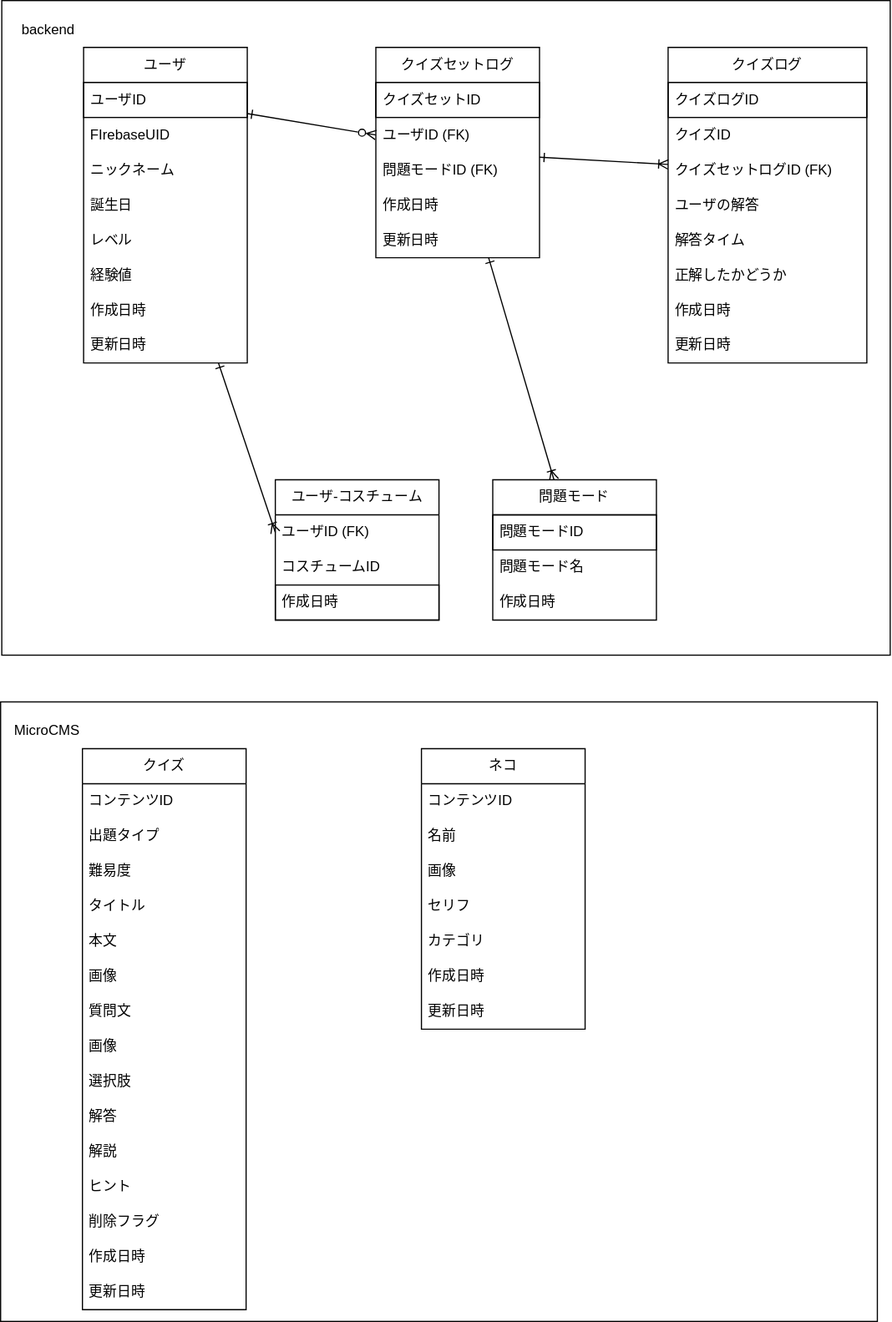
Before: docs/db.drawio.svg, a diagram exported from draw.io (kouxi08/Hontokun-backend). Source tidied: cells renumbered, new cells last; positions are measured from the earlier drawing's top-left corner, leaving out a move shared by most shapes.
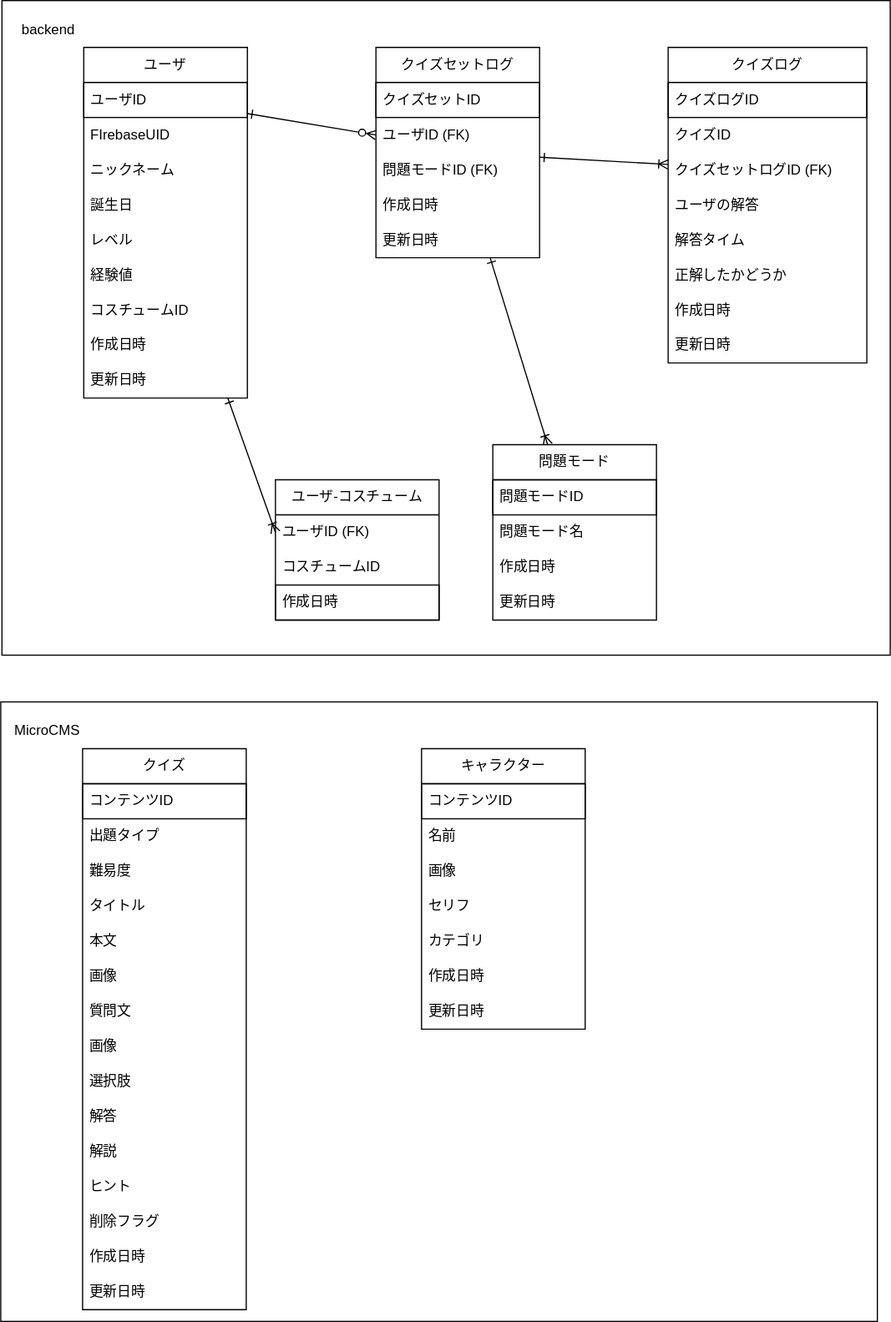
Later version of the same file.

Commit message:
[fix] refs 2 ユーザのコスチュームID・問題モードの更新日時追加する

Change to the diagram source:
```diff
@@ -12,7 +12,7 @@
       <mxGeometry relative="1" as="geometry" />
     </mxCell>
     <mxCell id="5" value="ユーザ" style="swimlane;fontStyle=0;horizontal=1;startSize=30;whiteSpace=wrap;html=1;" parent="1" vertex="1">
-      <mxGeometry x="71" y="40" width="140" height="270" as="geometry" />
+      <mxGeometry x="71" y="40" width="140" height="300" as="geometry" />
     </mxCell>
     <mxCell id="6" value="ユーザID" style="text;strokeColor=default;fillColor=none;align=left;verticalAlign=middle;spacingLeft=4;spacingRight=4;overflow=hidden;points=[[0,0.5],[1,0.5]];portConstraint=eastwest;whiteSpace=wrap;html=1;" parent="5" vertex="1">
       <mxGeometry y="30" width="140" height="30" as="geometry" />
@@ -32,11 +32,14 @@
     <mxCell id="11" value="経験値" style="text;strokeColor=none;fillColor=none;align=left;verticalAlign=middle;spacingLeft=4;spacingRight=4;overflow=hidden;whiteSpace=wrap;html=1;" parent="5" vertex="1">
       <mxGeometry y="180" width="140" height="30" as="geometry" />
     </mxCell>
+    <mxCell id="66" value="コスチュームID" style="text;strokeColor=none;fillColor=none;align=left;verticalAlign=middle;spacingLeft=4;spacingRight=4;overflow=hidden;whiteSpace=wrap;html=1;" parent="5" vertex="1">
+      <mxGeometry y="210" width="140" height="30" as="geometry" />
+    </mxCell>
     <mxCell id="12" value="作成日時" style="text;strokeColor=none;fillColor=none;align=left;verticalAlign=middle;spacingLeft=4;spacingRight=4;overflow=hidden;whiteSpace=wrap;html=1;" parent="5" vertex="1">
-      <mxGeometry y="210" width="140" height="30" as="geometry" />
+      <mxGeometry y="240" width="140" height="30" as="geometry" />
     </mxCell>
     <mxCell id="13" value="更新日時" style="text;strokeColor=none;fillColor=none;align=left;verticalAlign=middle;spacingLeft=4;spacingRight=4;overflow=hidden;whiteSpace=wrap;html=1;" parent="5" vertex="1">
-      <mxGeometry y="240" width="140" height="30" as="geometry" />
+      <mxGeometry y="270" width="140" height="30" as="geometry" />
     </mxCell>
     <mxCell id="14" style="edgeStyle=none;html=1;startArrow=ERone;startFill=0;endArrow=ERoneToMany;endFill=0;" parent="1" edge="1" source="16">
       <mxGeometry relative="1" as="geometry">
@@ -106,7 +109,7 @@
     <mxCell id="35" value="クイズ" style="swimlane;fontStyle=0;horizontal=1;startSize=30;whiteSpace=wrap;html=1;" parent="1" vertex="1">
       <mxGeometry x="70" y="640" width="140" height="480" as="geometry" />
     </mxCell>
-    <mxCell id="36" value="コンテンツID" style="text;strokeColor=none;fillColor=none;align=left;verticalAlign=middle;spacingLeft=4;spacingRight=4;overflow=hidden;whiteSpace=wrap;html=1;" parent="35" vertex="1">
+    <mxCell id="36" value="コンテンツID" style="text;strokeColor=default;fillColor=none;align=left;verticalAlign=middle;spacingLeft=4;spacingRight=4;overflow=hidden;whiteSpace=wrap;html=1;" parent="35" vertex="1">
       <mxGeometry y="30" width="140" height="30" as="geometry" />
     </mxCell>
     <mxCell id="37" value="出題タイプ" style="text;strokeColor=none;fillColor=none;align=left;verticalAlign=middle;spacingLeft=4;spacingRight=4;overflow=hidden;whiteSpace=wrap;html=1;" parent="35" vertex="1">
@@ -151,10 +154,10 @@
     <mxCell id="50" value="更新日時" style="text;strokeColor=none;fillColor=none;align=left;verticalAlign=middle;spacingLeft=4;spacingRight=4;overflow=hidden;whiteSpace=wrap;html=1;" parent="35" vertex="1">
       <mxGeometry y="450" width="140" height="30" as="geometry" />
     </mxCell>
-    <mxCell id="51" value="ネコ" style="swimlane;fontStyle=0;horizontal=1;startSize=30;whiteSpace=wrap;html=1;" parent="1" vertex="1">
+    <mxCell id="51" value="キャラクター" style="swimlane;fontStyle=0;horizontal=1;startSize=30;whiteSpace=wrap;html=1;" parent="1" vertex="1">
       <mxGeometry x="360" y="640" width="140" height="240" as="geometry" />
     </mxCell>
-    <mxCell id="52" value="コンテンツID" style="text;strokeColor=none;fillColor=none;align=left;verticalAlign=middle;spacingLeft=4;spacingRight=4;overflow=hidden;whiteSpace=wrap;html=1;" parent="51" vertex="1">
+    <mxCell id="52" value="コンテンツID" style="text;strokeColor=default;fillColor=none;align=left;verticalAlign=middle;spacingLeft=4;spacingRight=4;overflow=hidden;whiteSpace=wrap;html=1;" parent="51" vertex="1">
       <mxGeometry y="30" width="140" height="30" as="geometry" />
     </mxCell>
     <mxCell id="53" value="名前" style="text;strokeColor=none;fillColor=none;align=left;verticalAlign=middle;spacingLeft=4;spacingRight=4;overflow=hidden;whiteSpace=wrap;html=1;" parent="51" vertex="1">
@@ -185,7 +188,7 @@
       <mxGeometry relative="1" as="geometry" />
     </mxCell>
     <mxCell id="62" value="問題モード" style="swimlane;fontStyle=0;horizontal=1;startSize=30;whiteSpace=wrap;html=1;" parent="1" vertex="1">
-      <mxGeometry x="421" y="410" width="140" height="120" as="geometry" />
+      <mxGeometry x="421" y="380" width="140" height="150" as="geometry" />
     </mxCell>
     <mxCell id="63" value="問題モードID" style="text;strokeColor=default;fillColor=none;align=left;verticalAlign=middle;spacingLeft=4;spacingRight=4;overflow=hidden;whiteSpace=wrap;html=1;" parent="62" vertex="1">
       <mxGeometry y="30" width="140" height="30" as="geometry" />
@@ -196,5 +199,8 @@
     <mxCell id="65" value="作成日時" style="text;strokeColor=none;fillColor=none;align=left;verticalAlign=middle;spacingLeft=4;spacingRight=4;overflow=hidden;whiteSpace=wrap;html=1;" parent="62" vertex="1">
       <mxGeometry y="90" width="140" height="30" as="geometry" />
     </mxCell>
+    <mxCell id="67" value="更新日時" style="text;strokeColor=none;fillColor=none;align=left;verticalAlign=middle;spacingLeft=4;spacingRight=4;overflow=hidden;whiteSpace=wrap;html=1;" parent="62" vertex="1">
+      <mxGeometry y="120" width="140" height="30" as="geometry" />
+    </mxCell>
   </root>
 </mxGraphModel>
```
